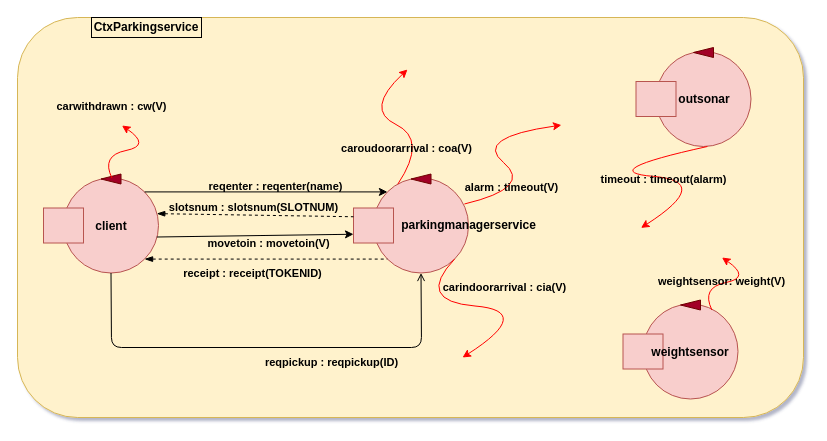
LeoManto/Mantovani_Leonardo keeps this draw.io diagram as Automated_Car_Parking/sprint_1/it.unibo.ParkManagerService_s1/userDocs/Modello1.drawio. Above is the earlier version. Source tidied: cells renumbered, new cells numbered last; positions are measured from the earlier drawing's top-left corner, leaving out a move shared by most shapes. Both pictures are drawn from the tidied source at 100%, with x=0, y=0 at pixel (17, 17).
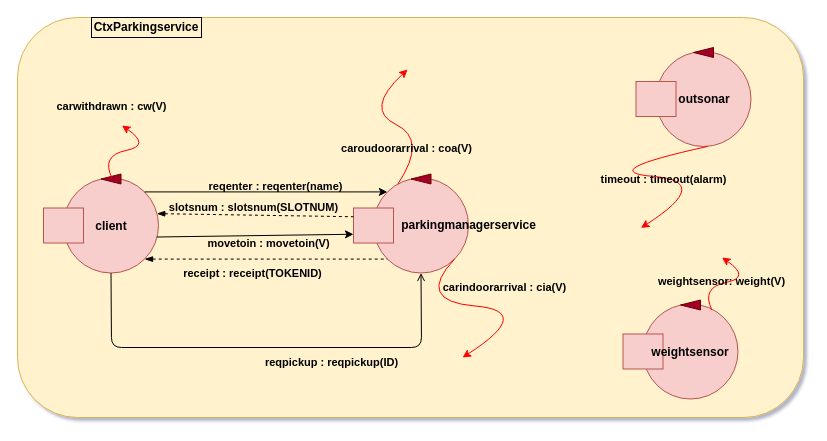
Above is the later version.

Unchanged cells that the change refers to:
```xml
<mxCell id="2" style="rounded=1;whiteSpace=wrap;html=1;fillColor=#fff2cc;strokeColor=#d6b656;" parent="1" vertex="1">
  <mxGeometry width="786" height="400" as="geometry" />
</mxCell>
```

What changed in the source:
```diff
@@
-    <mxCell id="40" style="curved=1;endArrow=classic;html=1;fontColor=#000000;strokeColor=#FF0000;exitX=0.75;exitY=0;exitDx=0;exitDy=0;entryX=0.692;entryY=0.269;entryDx=0;entryDy=0;entryPerimeter=0;" parent="1" edge="1" target="2">
-      <mxGeometry relative="1" as="geometry">
-        <mxPoint x="446.9" y="186.5" as="sourcePoint" />
-        <Array as="points">
-          <mxPoint x="516" y="170" />
-          <mxPoint x="456" y="120" />
-        </Array>
-      </mxGeometry>
-    </mxCell>
-    <mxCell id="41" value="&lt;b&gt;alarm : timeout(V)&lt;/b&gt;" style="edgeLabel;html=1;align=center;verticalAlign=middle;fontColor=#000000;labelBackgroundColor=none;" parent="40" vertex="1">
-      <mxGeometry x="-0.17" y="2" relative="1" as="geometry">
-        <mxPoint y="16" as="offset" />
-      </mxGeometry>
-    </mxCell>
```
